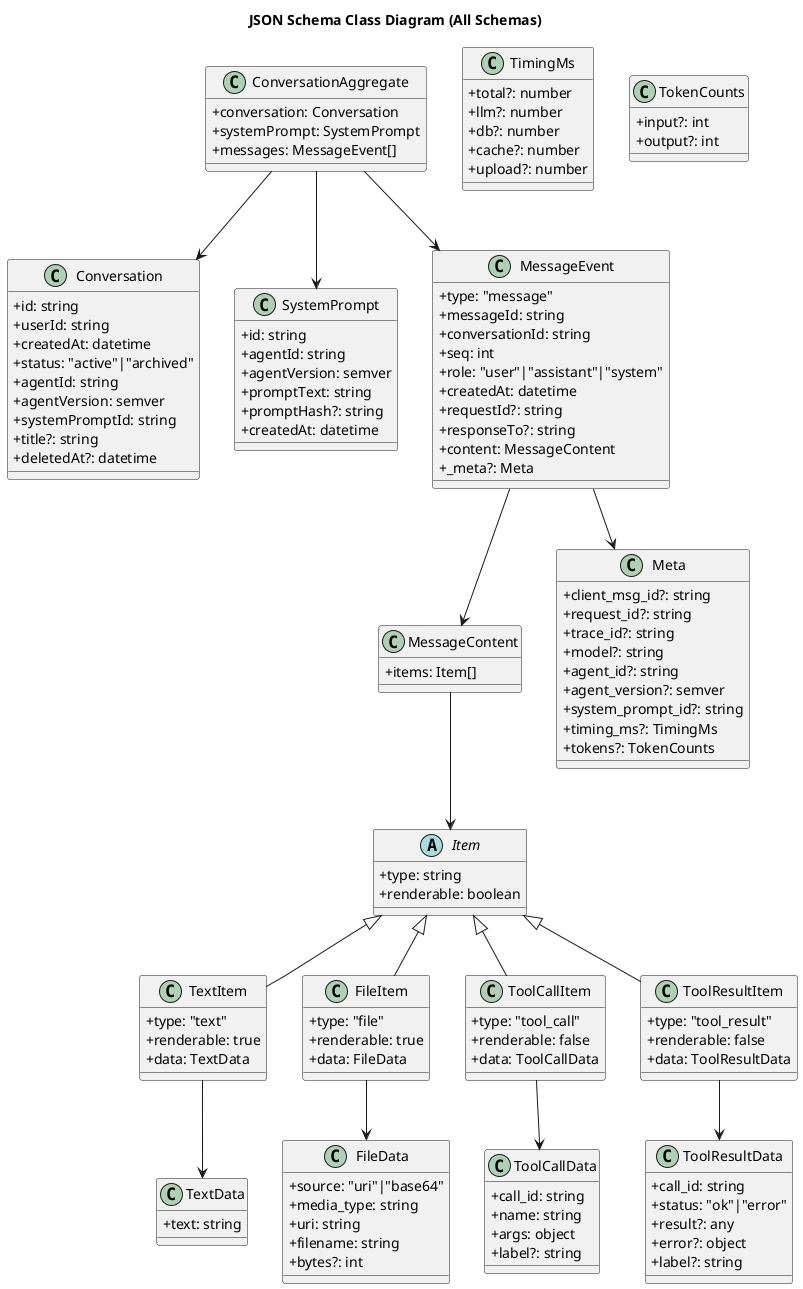
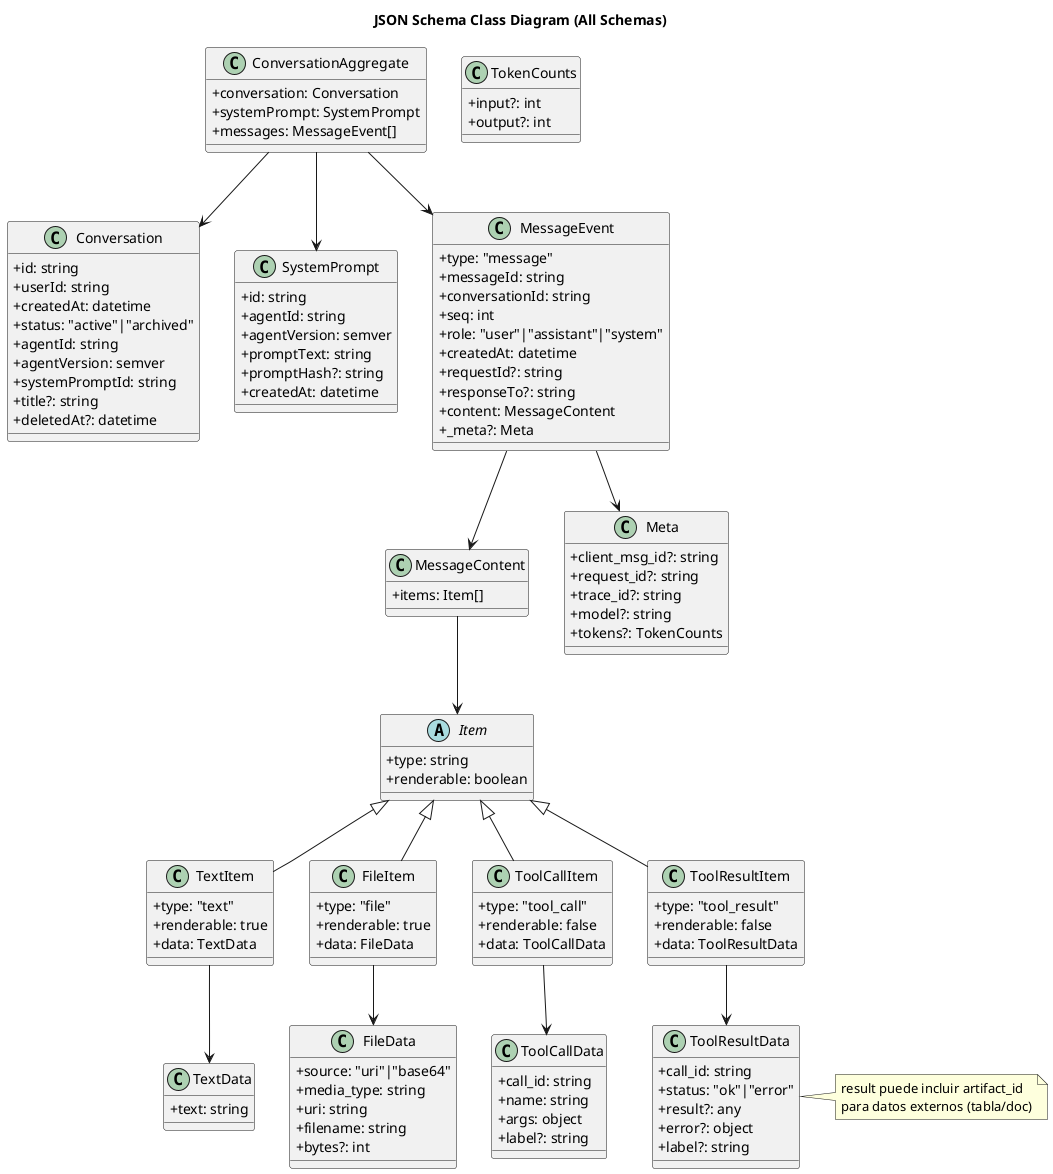
@startuml
title JSON Schema Class Diagram (All Schemas)
skinparam classAttributeIconSize 0

class Conversation {
  +id: string
  +userId: string
  +createdAt: datetime
  +status: "active"|"archived"
  +agentId: string
  +agentVersion: semver
  +systemPromptId: string
  +title?: string
  +deletedAt?: datetime
}

class SystemPrompt {
  +id: string
  +agentId: string
  +agentVersion: semver
  +promptText: string
  +promptHash?: string
  +createdAt: datetime
}

class ConversationAggregate {
  +conversation: Conversation
  +systemPrompt: SystemPrompt
  +messages: MessageEvent[]
}

class MessageEvent {
  +type: "message"
  +messageId: string
  +conversationId: string
  +seq: int
  +role: "user"|"assistant"|"system"
  +createdAt: datetime
  +requestId?: string
  +responseTo?: string
  +content: MessageContent
  +_meta?: Meta
}

class MessageContent {
  +items: Item[]
}

abstract class Item {
  +type: string
  +renderable: boolean
}

class TextItem {
  +type: "text"
  +renderable: true
  +data: TextData
}

class FileItem {
  +type: "file"
  +renderable: true
  +data: FileData
}

class ToolCallItem {
  +type: "tool_call"
  +renderable: false
  +data: ToolCallData
}

class ToolResultItem {
  +type: "tool_result"
  +renderable: false
  +data: ToolResultData
}

class TextData {
  +text: string
}

class FileData {
  +source: "uri"|"base64"
  +media_type: string
  +uri: string
  +filename: string
  +bytes?: int
}

class ToolCallData {
  +call_id: string
  +name: string
  +args: object
  +label?: string
}

class ToolResultData {
  +call_id: string
  +status: "ok"|"error"
  +result?: any
  +error?: object
  +label?: string
}
+ note right of ToolResultData
+   result puede incluir artifact_id
+   para datos externos (tabla/doc)
+ end note

class Meta {
  +client_msg_id?: string
  +request_id?: string
  +trace_id?: string
  +model?: string
-   +agent_id?: string
-   +agent_version?: semver
-   +system_prompt_id?: string
-   +timing_ms?: TimingMs
  +tokens?: TokenCounts
- }
- 
- class TimingMs {
-   +total?: number
-   +llm?: number
-   +db?: number
-   +cache?: number
-   +upload?: number
}

class TokenCounts {
  +input?: int
  +output?: int
}

ConversationAggregate --> Conversation
ConversationAggregate --> SystemPrompt
ConversationAggregate --> MessageEvent

MessageEvent --> MessageContent
MessageEvent --> Meta
MessageContent --> Item

Item <|-- TextItem
Item <|-- FileItem
Item <|-- ToolCallItem
Item <|-- ToolResultItem

TextItem --> TextData
FileItem --> FileData
ToolCallItem --> ToolCallData
ToolResultItem --> ToolResultData
@enduml
